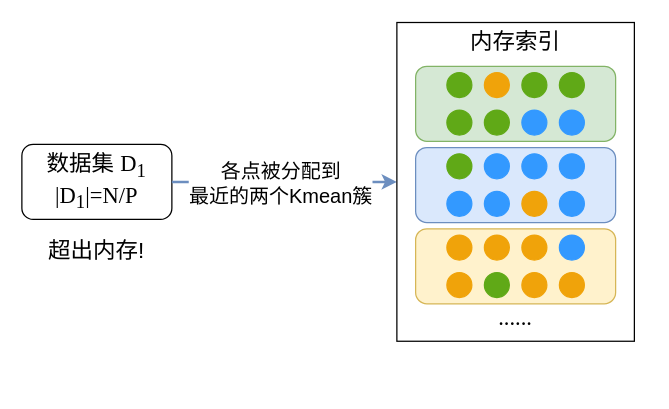
This is page "kmeans分块示意图" (2 of 2) of 未命名绘图.drawio from JingLiuchang/drawio, a draw.io file, before an edit. Source tidied: cells renumbered, new cells numbered last; positions are measured from the earlier drawing's top-left corner, leaving out a move shared by most shapes. Both pictures are drawn from the tidied source at 125%, with x=0, y=0 at pixel (21, 22).
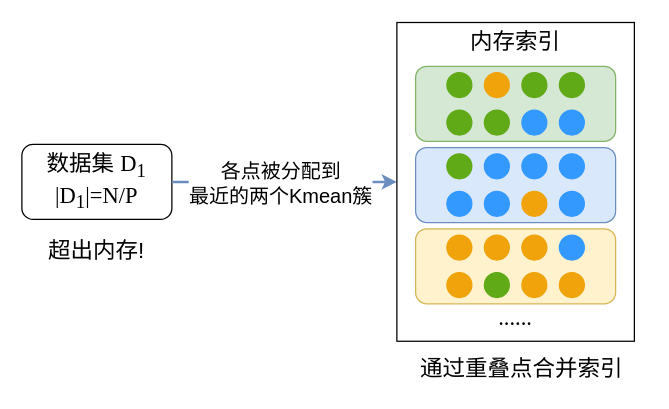
The same diagram, later.

Commit message:
更新未命名绘图.drawio

What changed in the source:
```diff
@@
+    <mxCell id="36" value="&lt;font face=&quot;宋体 常规&quot; style=&quot;font-size: 18px;&quot;&gt;通过重叠点合并索引&lt;/font&gt;" style="text;html=1;whiteSpace=wrap;strokeColor=none;fillColor=none;align=center;verticalAlign=middle;rounded=0;" parent="1" vertex="1">
+      <mxGeometry x="300" y="262" width="200" height="30" as="geometry" />
+    </mxCell>
```
